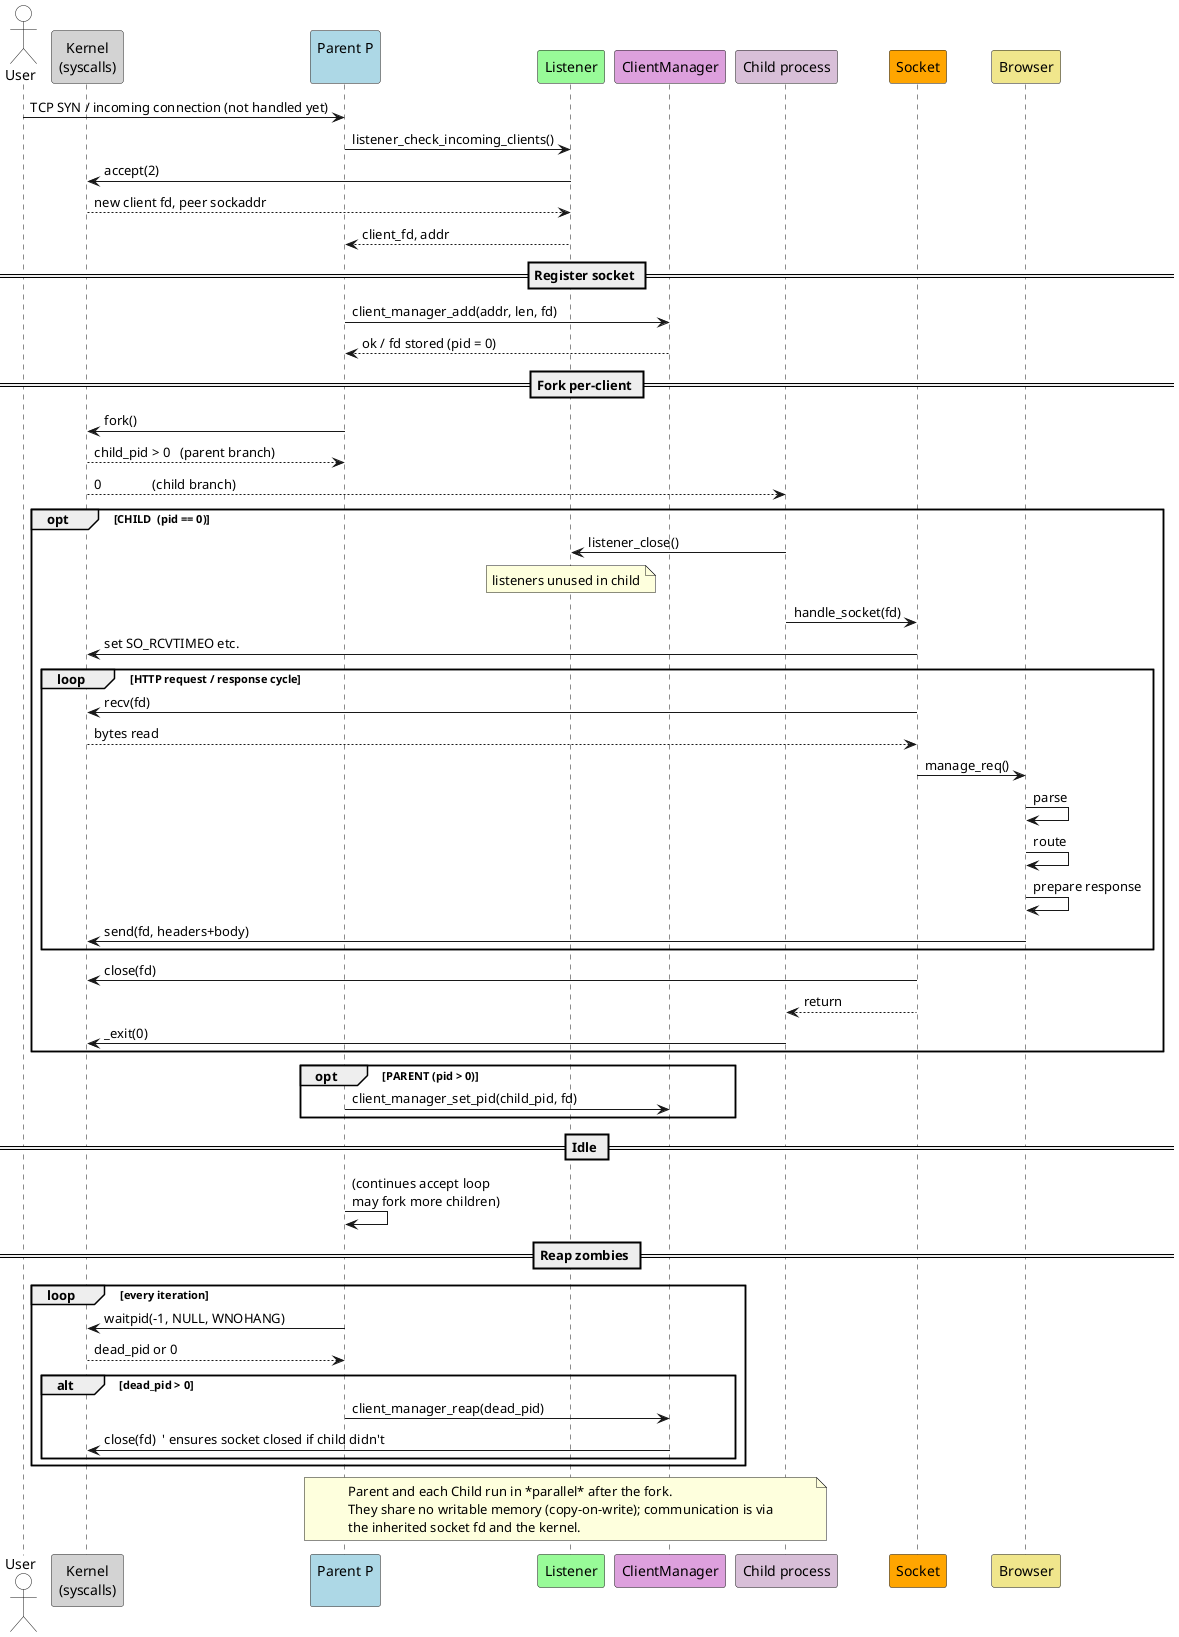
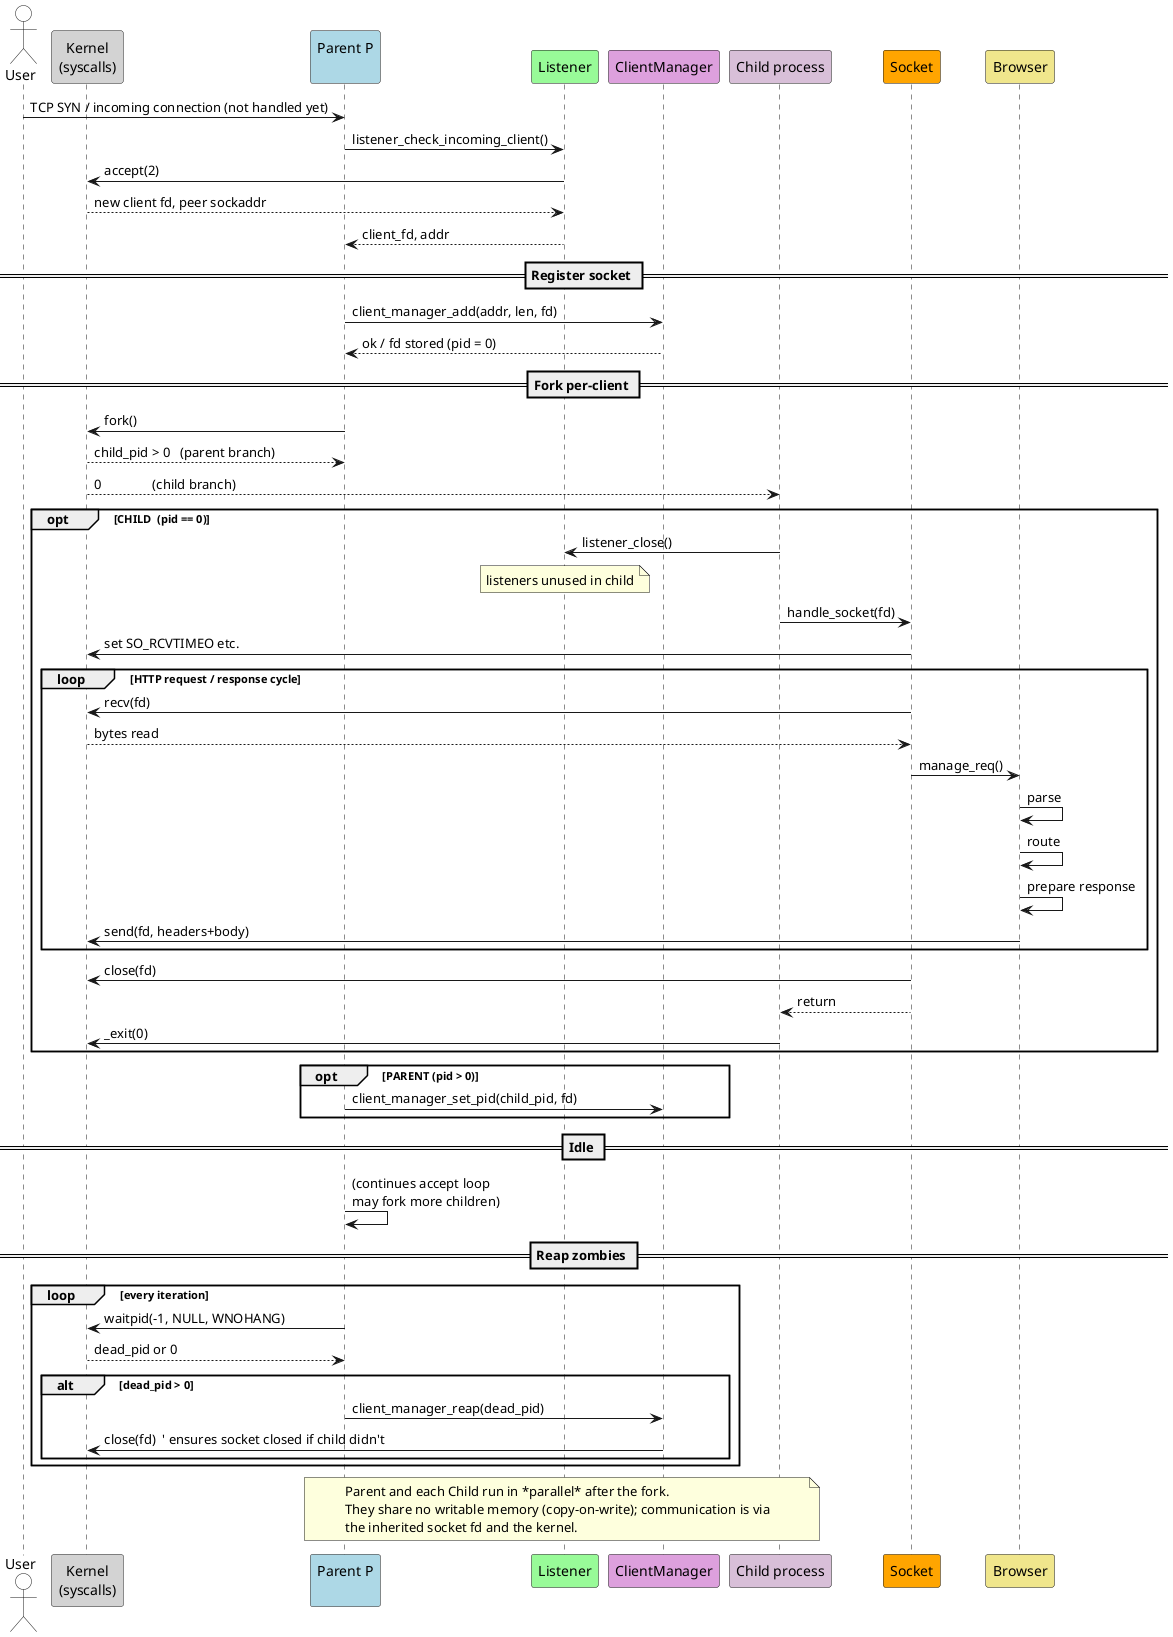
@startuml
'=====================================================================
'title Client‑connection life‑cycle – accept → fork → handle → reap
'=====================================================================

' Participants --------------------------------------------------------
actor        User                    #white
participant  "Kernel\n(syscalls)"   as Kernel  #lightgrey
participant  "Parent P\n"           as Parent  #lightblue
participant  "Listener"             #palegreen
participant  "ClientManager"        as CM      #plum
participant  "Child process"        as Child   #thistle
participant  "Socket"               as Socket  #orange
participant  "Browser"              as Browser  #khaki

User -> Parent  : TCP SYN / incoming connection (not handled yet)
- Parent -> Listener : listener_check_incoming_clients()
+ Parent -> Listener : listener_check_incoming_client()
Listener -> Kernel : accept(2)
Kernel  --> Listener : new client fd, peer sockaddr
Listener --> Parent  : client_fd, addr

== Register socket ==
Parent -> CM : client_manager_add(addr, len, fd)
CM --> Parent : ok / fd stored (pid = 0)

== Fork per‑client ==
Parent -> Kernel : fork()
Kernel --> Parent : child_pid > 0   (parent branch)
Kernel --> Child  : 0               (child branch)

opt CHILD  (pid == 0)
    Child -> Listener : listener_close()
    note over Listener
        listeners unused in child
    end note
    Child -> Socket  : handle_socket(fd)
    Socket -> Kernel : set SO_RCVTIMEO etc.

    loop HTTP request / response cycle
        Socket -> Kernel : recv(fd)
        Kernel  --> Socket : bytes read
        Socket -> Browser : manage_req()
        Browser -> Browser : parse
        Browser -> Browser : route
        Browser -> Browser : prepare response
        Browser -> Kernel  : send(fd, headers+body)
    end

    Socket -> Kernel : close(fd)
    Socket --> Child : return
    Child  -> Kernel : _exit(0)
end opt

opt PARENT (pid > 0)
    Parent -> CM : client_manager_set_pid(child_pid, fd)
end opt

== Idle ==
Parent -> Parent : (continues accept loop\nmay fork more children)

== Reap zombies ==
loop every iteration
    Parent -> Kernel : waitpid(-1, NULL, WNOHANG)
    Kernel --> Parent : dead_pid or 0
    alt dead_pid > 0
        Parent -> CM : client_manager_reap(dead_pid)
        CM -> Kernel : close(fd)  ' ensures socket closed if child didn't
    end alt
end loop

note over Parent,Child
    Parent and each Child run in *parallel* after the fork.
    They share no writable memory (copy‑on‑write); communication is via
    the inherited socket fd and the kernel.
end note

- @enduml+ @enduml
